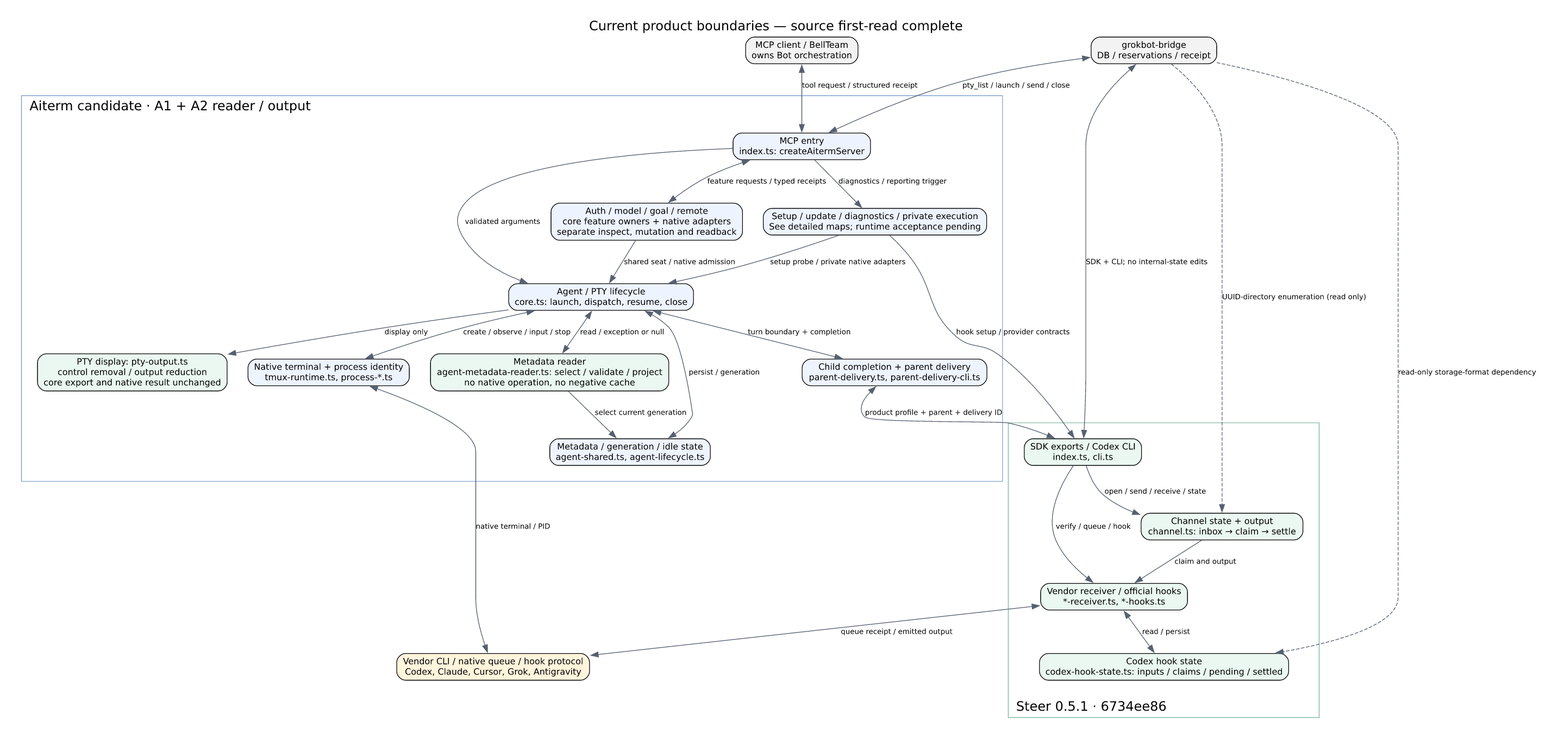
Before: docs/architecture/current-overview.png, a diagram exported from Graphviz (kitepon/aiterm-mcp). Its source is kept beside it as docs/architecture/current-overview.dot.
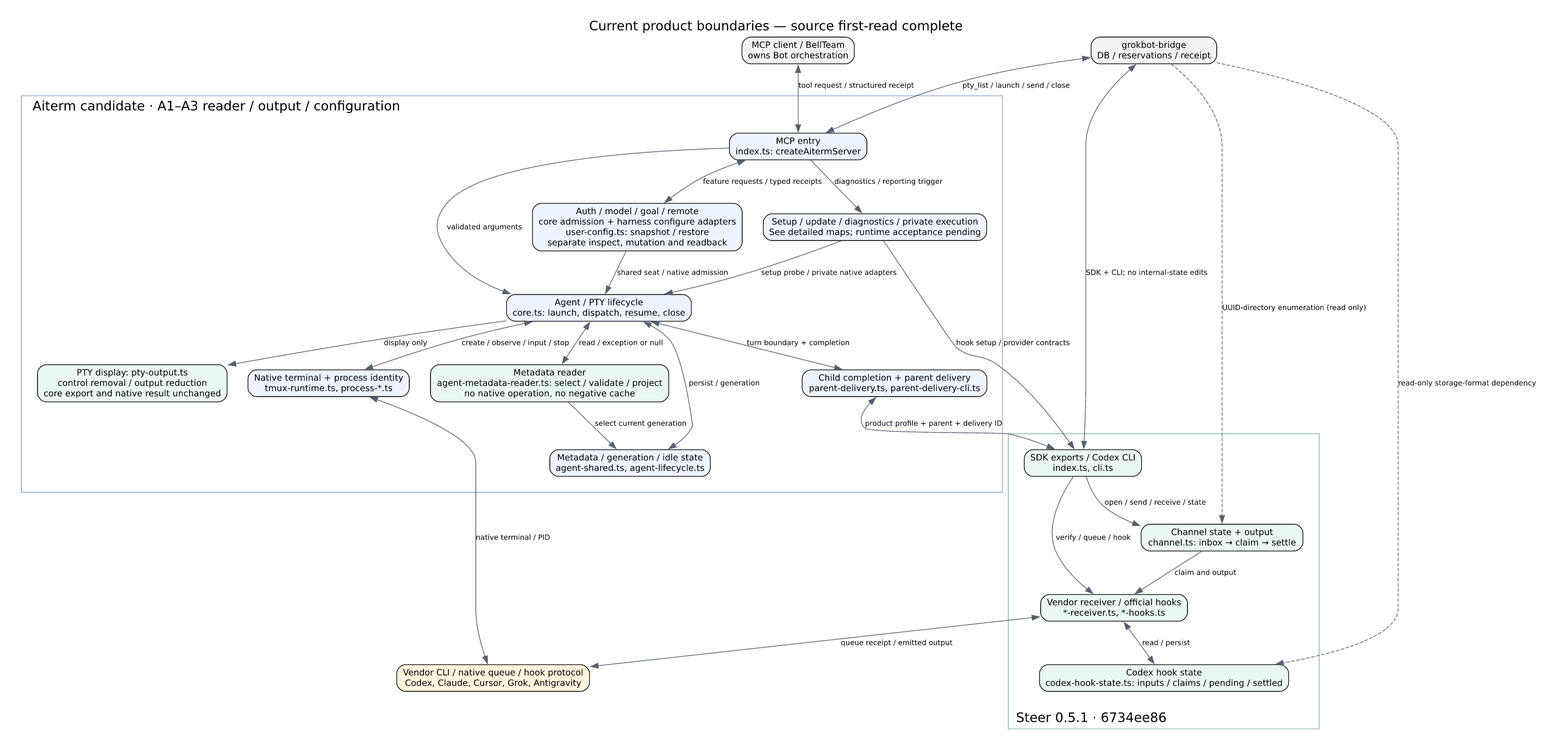
The same file after the commit.

Diff of the diagram source:
```diff
@@ -5,7 +5,7 @@
  client [label="MCP client / BellTeam\nowns Bot orchestration",fillcolor="#f3f3f3"];
  bridge [label="grokbot-bridge\nDB / reservations / receipt",fillcolor="#f3f3f3"];
  subgraph cluster_a {
-  label="Aiterm candidate · A1 + A2 reader / output";labeljust=l;margin=22;color="#82a2d0";
+  label="Aiterm candidate · A1–A3 reader / output / configuration";labeljust=l;margin=22;color="#82a2d0";
   mcp [label="MCP entry\nindex.ts: createAitermServer"];
   lifecycle [label="Agent / PTY lifecycle\ncore.ts: launch, dispatch, resume, close"];
   output [label="PTY display: pty-output.ts\ncontrol removal / output reduction\ncore export and native result unchanged",fillcolor="#eaf8f1"];
@@ -13,7 +13,7 @@
   state [label="Metadata / generation / idle state\nagent-shared.ts, agent-lifecycle.ts"];
   runtime [label="Native terminal + process identity\ntmux-runtime.ts, process-*.ts"];
   parents [label="Child completion + parent delivery\nparent-delivery.ts, parent-delivery-cli.ts"];
-  manage [label="Auth / model / goal / remote\ncore feature owners + native adapters\nseparate inspect, mutation and readback"];
+  manage [label="Auth / model / goal / remote\ncore admission + harness configure adapters\nuser-config.ts: snapshot / restore\nseparate inspect, mutation and readback"];
   pending [label="Setup / update / diagnostics / private execution\nSee detailed maps; runtime acceptance pending"];
  }
  subgraph cluster_s {
```
